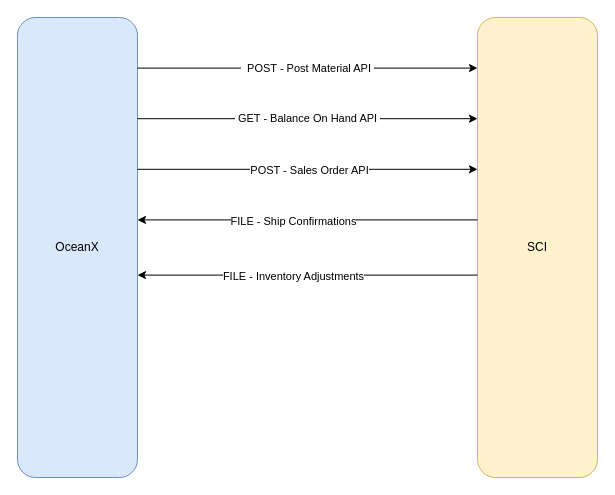
This is OCX to SCI Flow.drawio from campbelltravis/Workflows, a draw.io file, before an edit. Source tidied: cells renumbered, new cells numbered last; positions are measured from the earlier drawing's top-left corner, leaving out a move shared by most shapes. Both pictures are drawn from the tidied source at 100%, with x=0, y=0 at pixel (17, 17).
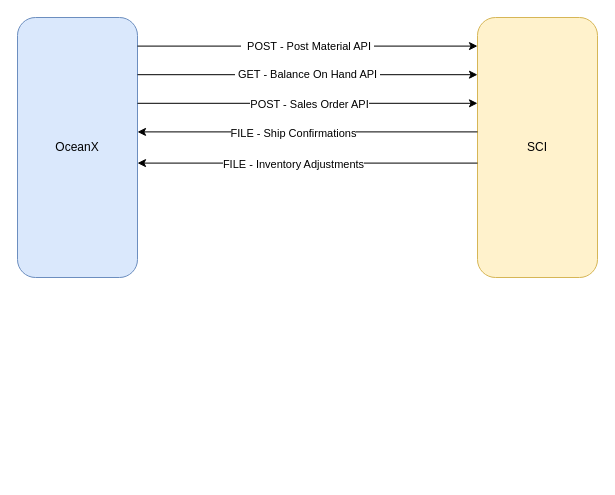
The same page after the edit.

What changed in the source:
```diff
@@
 <mxGraphModel>
   <root>
     <mxCell id="0" />
     <mxCell id="1" parent="0" />
     <mxCell id="2" value="OceanX" style="rounded=1;whiteSpace=wrap;html=1;points=[[0,0,0,0,0],[0,0.25,0,0,0],[0,0.5,0,0,0],[0,0.75,0,0,0],[0,1,0,0,0],[0.25,0,0,0,0],[0.25,1,0,0,0],[0.5,0,0,0,0],[0.5,1,0,0,0],[0.75,0,0,0,0],[0.75,1,0,0,0],[1,0,0,0,0],[1,0.11,0,0,0],[1,0.22,0,0,0],[1,0.25,0,0,0],[1,0.33,0,0,0],[1,0.44,0,0,0],[1,0.5,0,0,0],[1,0.56,0,0,0],[1,0.67,0,0,0],[1,0.75,0,0,0],[1,0.78,0,0,0],[1,0.89,0,0,0],[1,1,0,0,0]];fillColor=#dae8fc;strokeColor=#6c8ebf;" parent="1" vertex="1">
-      <mxGeometry width="120" height="460" as="geometry" />
+      <mxGeometry width="120" height="260" as="geometry" />
     </mxCell>
     <mxCell id="3" value="SCI" style="rounded=1;whiteSpace=wrap;html=1;points=[[0,0,0,0,0],[0,0.11,0,0,0],[0,0.22,0,0,0],[0,0.25,0,0,0],[0,0.33,0,0,0],[0,0.44,0,0,0],[0,0.5,0,0,0],[0,0.56,0,0,0],[0,0.67,0,0,0],[0,0.75,0,0,0],[0,0.78,0,0,0],[0,0.89,0,0,0],[0,1,0,0,0],[0.25,0,0,0,0],[0.25,1,0,0,0],[0.5,0,0,0,0],[0.5,1,0,0,0],[0.75,0,0,0,0],[0.75,1,0,0,0],[1,0,0,0,0],[1,0.11,0,0,0],[1,0.22,0,0,0],[1,0.25,0,0,0],[1,0.33,0,0,0],[1,0.44,0,0,0],[1,0.5,0,0,0],[1,0.56,0,0,0],[1,0.67,0,0,0],[1,0.75,0,0,0],[1,0.78,0,0,0],[1,0.89,0,0,0],[1,1,0,0,0]];fillColor=#fff2cc;strokeColor=#d6b656;" parent="1" vertex="1">
-      <mxGeometry x="460" width="120" height="460" as="geometry" />
+      <mxGeometry x="460" width="120" height="260" as="geometry" />
     </mxCell>
     <mxCell id="4" value="&lt;table class=&quot;NormalTable&quot;&gt;&lt;tbody&gt;&lt;tr&gt;&lt;td width=&quot;200&quot;&gt;&lt;span class=&quot;fontstyle0&quot;&gt;&amp;nbsp;POST - Post Material API&lt;/span&gt;&lt;/td&gt;&lt;/tr&gt;&lt;/tbody&gt;&lt;/table&gt;" style="endArrow=classic;html=1;rounded=0;exitX=1;exitY=0.11;exitDx=0;exitDy=0;exitPerimeter=0;entryX=0;entryY=0.11;entryDx=0;entryDy=0;entryPerimeter=0;" parent="1" edge="1" source="2" target="3">
       <mxGeometry relative="1" as="geometry" />
     </mxCell>
     <mxCell id="5" style="endArrow=classic;html=1;rounded=0;exitX=1;exitY=0.33;exitDx=0;exitDy=0;exitPerimeter=0;entryX=0;entryY=0.33;entryDx=0;entryDy=0;entryPerimeter=0;" parent="1" edge="1" source="2" target="3">
       <mxGeometry relative="1" as="geometry" />
     </mxCell>
     <mxCell id="6" value="POST - Sales Order API" style="edgeLabel;html=1;align=center;verticalAlign=middle;" parent="5" vertex="1">
       <mxGeometry x="-0.12" y="-1" relative="1" as="geometry">
         <mxPoint x="21" as="offset" />
       </mxGeometry>
     </mxCell>
     <mxCell id="7" style="endArrow=classic;html=1;rounded=0;exitX=0;exitY=0.44;exitDx=0;exitDy=0;exitPerimeter=0;entryX=1;entryY=0.44;entryDx=0;entryDy=0;entryPerimeter=0;" parent="1" edge="1" source="3" target="2">
       <mxGeometry relative="1" as="geometry" />
     </mxCell>
     <mxCell id="8" value="FILE - Ship Confirmations" style="edgeLabel;html=1;align=center;verticalAlign=middle;" parent="7" vertex="1">
       <mxGeometry x="0.09" y="1" relative="1" as="geometry" />
     </mxCell>
     <mxCell id="9" value="&lt;table class=&quot;NormalTable&quot;&gt;&lt;tbody&gt;&lt;tr&gt;&lt;td width=&quot;200&quot;&gt;&lt;span class=&quot;fontstyle0&quot;&gt;GET - Balance On Hand API&lt;/span&gt;&lt;/td&gt;&lt;/tr&gt;&lt;/tbody&gt;&lt;/table&gt;" style="endArrow=classic;html=1;rounded=0;exitX=1;exitY=0.22;exitDx=0;exitDy=0;exitPerimeter=0;entryX=0;entryY=0.22;entryDx=0;entryDy=0;entryPerimeter=0;" parent="1" edge="1" source="2" target="3">
       <mxGeometry relative="1" as="geometry" />
     </mxCell>
     <mxCell id="10" style="endArrow=classic;html=1;rounded=0;exitX=0;exitY=0.56;exitDx=0;exitDy=0;exitPerimeter=0;entryX=1;entryY=0.56;entryDx=0;entryDy=0;entryPerimeter=0;" parent="1" edge="1" source="3" target="2">
       <mxGeometry relative="1" as="geometry" />
     </mxCell>
     <mxCell id="11" value="FILE - Inventory Adjustments" style="edgeLabel;html=1;align=center;verticalAlign=middle;" parent="10" vertex="1">
       <mxGeometry x="0.09" y="1" relative="1" as="geometry" />
     </mxCell>
+    <mxCell id="12" style="edgeStyle=orthogonalEdgeStyle;rounded=0;orthogonalLoop=1;jettySize=auto;html=1;exitX=0.5;exitY=1;exitDx=0;exitDy=0;exitPerimeter=0;" parent="1" edge="1" source="3" target="3">
+      <mxGeometry relative="1" as="geometry" />
+    </mxCell>
   </root>
 </mxGraphModel>
```
